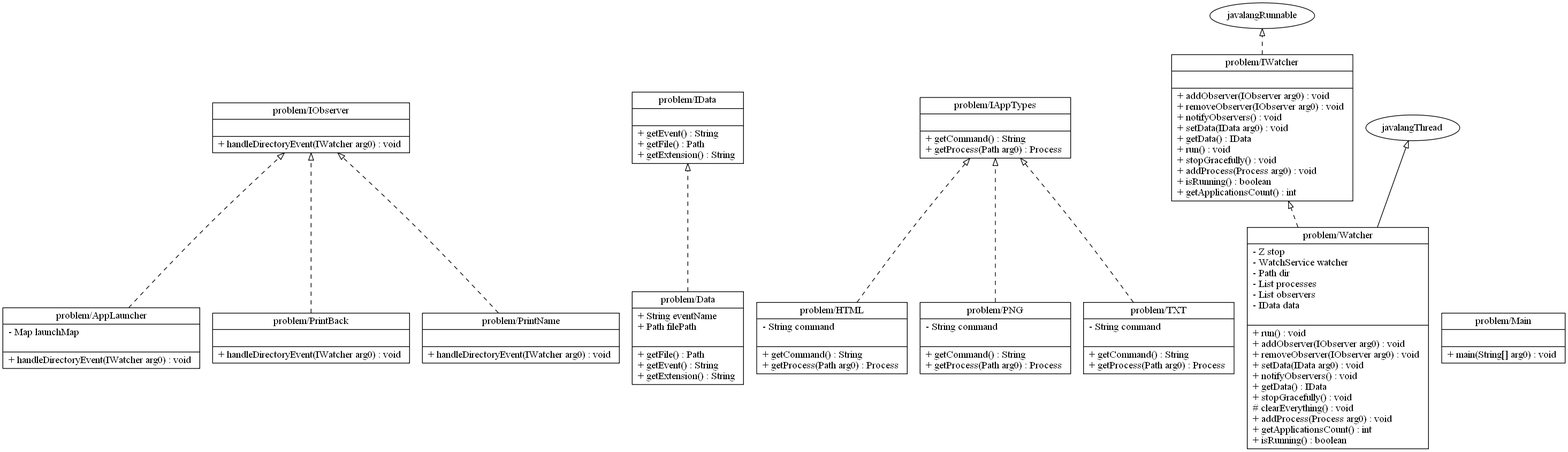
This is BlueShells374/input_output/graph.png from Mercieral/code-pattern-detector-and-UML-diagram-generator, a Graphviz export, as it was before one commit. Its source is kept beside it as BlueShells374/input_output/graph.gv.
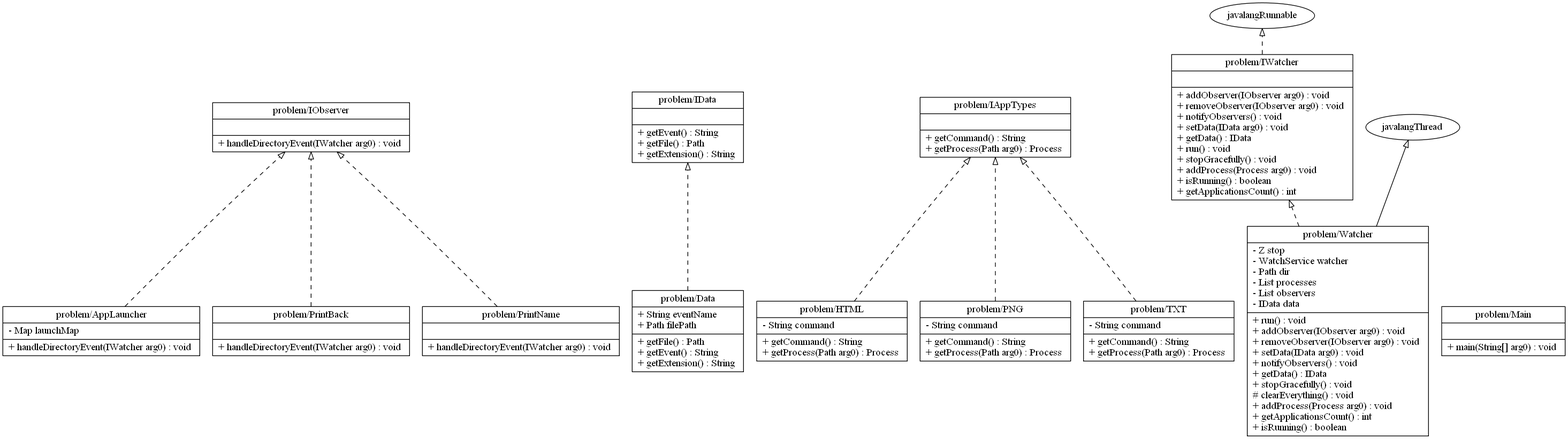
After the commit.

Change to the diagram source:
```diff
@@ -5,7 +5,7 @@
 			"{ problem/AppLauncher
 			|
 			- Map launchMap \l
-			\l|
+			|
  			+ handleDirectoryEvent(IWatcher arg0) : void \l
 			}"
 	];
@@ -16,7 +16,7 @@
 			|
 			+ String eventName \l
 			+ Path filePath \l
-			\l|
+			|
  			+ getFile() : Path \l
 			+ getEvent() : String \l
 			+ getExtension() : String \l
@@ -28,7 +28,7 @@
 			"{ problem/HTML
 			|
 			- String command \l
-			\l|
+			|
  			+ getCommand() : String \l
 			+ getProcess(Path arg0) : Process \l
 			}"
@@ -38,7 +38,7 @@
 		label =
 			"{ problem/IAppTypes
 			|
-			\l|
+			|
  			+ getCommand() : String \l
 			+ getProcess(Path arg0) : Process \l
 			}"
@@ -48,7 +48,7 @@
 		label =
 			"{ problem/IData
 			|
-			\l|
+			|
  			+ getEvent() : String \l
 			+ getFile() : Path \l
 			+ getExtension() : String \l
@@ -59,7 +59,7 @@
 		label =
 			"{ problem/IObserver
 			|
-			\l|
+			|
  			+ handleDirectoryEvent(IWatcher arg0) : void \l
 			}"
 	];
@@ -68,7 +68,7 @@
 		label =
 			"{ problem/IWatcher
 			|
-			\l|
+			|
  			+ addObserver(IObserver arg0) : void \l
 			+ removeObserver(IObserver arg0) : void \l
 			+ notifyObservers() : void \l
@@ -86,7 +86,7 @@
 		label =
 			"{ problem/Main
 			|
-			\l|
+			|
  			+ main(String[] arg0) : void \l
 			}"
 	];
@@ -96,7 +96,7 @@
 			"{ problem/PNG
 			|
 			- String command \l
-			\l|
+			|
  			+ getCommand() : String \l
 			+ getProcess(Path arg0) : Process \l
 			}"
@@ -106,7 +106,7 @@
 		label =
 			"{ problem/PrintBack
 			|
-			\l|
+			|
  			+ handleDirectoryEvent(IWatcher arg0) : void \l
 			}"
 	];
@@ -115,7 +115,7 @@
 		label =
 			"{ problem/PrintName
 			|
-			\l|
+			|
  			+ handleDirectoryEvent(IWatcher arg0) : void \l
 			}"
 	];
@@ -125,7 +125,7 @@
 			"{ problem/TXT
 			|
 			- String command \l
-			\l|
+			|
  			+ getCommand() : String \l
 			+ getProcess(Path arg0) : Process \l
 			}"
@@ -141,7 +141,7 @@
 			- List processes \l
 			- List observers \l
 			- IData data \l
-			\l|
+			|
  			+ run() : void \l
 			+ addObserver(IObserver arg0) : void \l
 			+ removeObserver(IObserver arg0) : void \l
```
